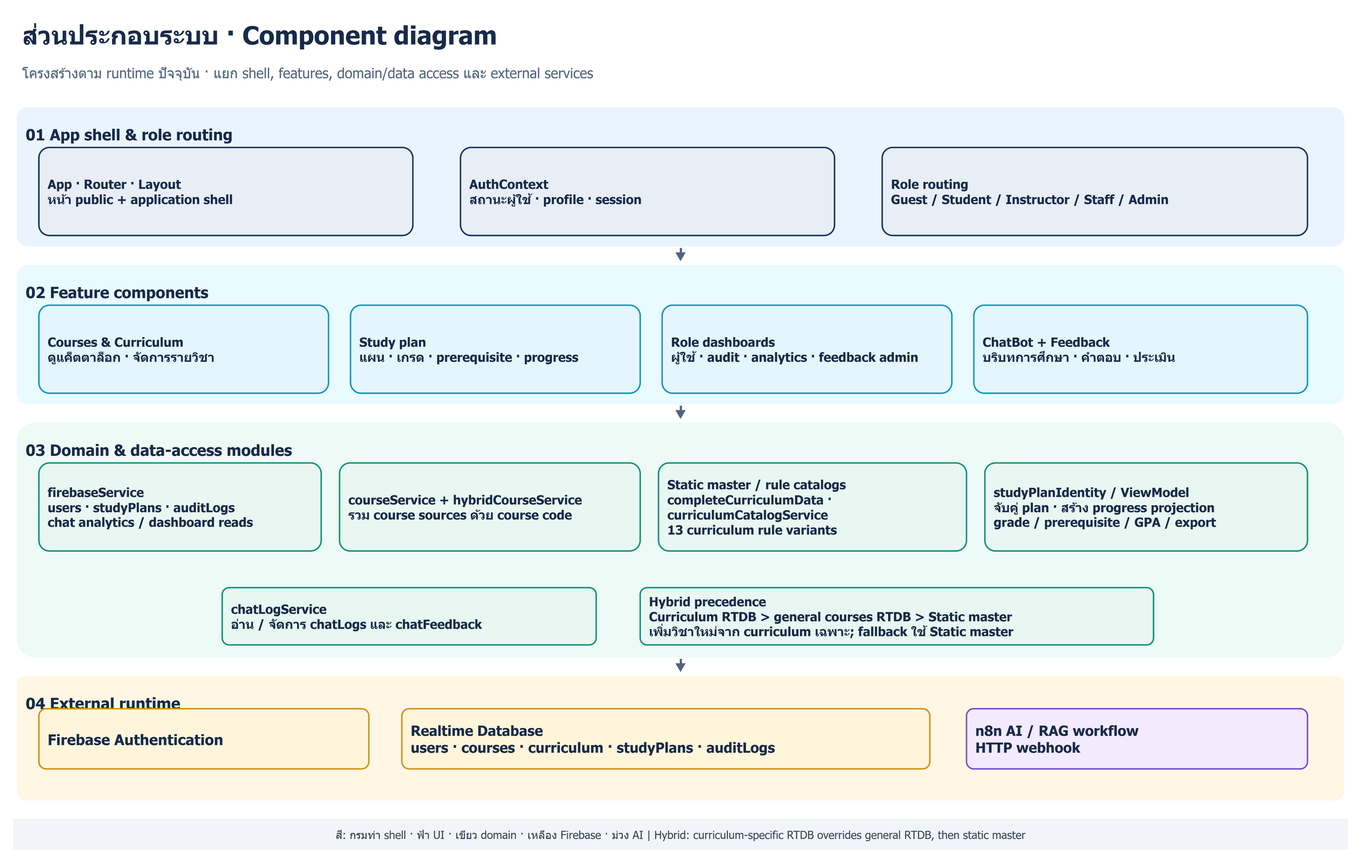
Earlier version of the draw.io export diagrams/diagrams2/component-diagram.drawio.png (kainapatkmutnb/it-course-chatbot-main). Source tidied: cells renumbered, new cells last; positions are measured from the earlier drawing's top-left corner, leaving out a move shared by most shapes.
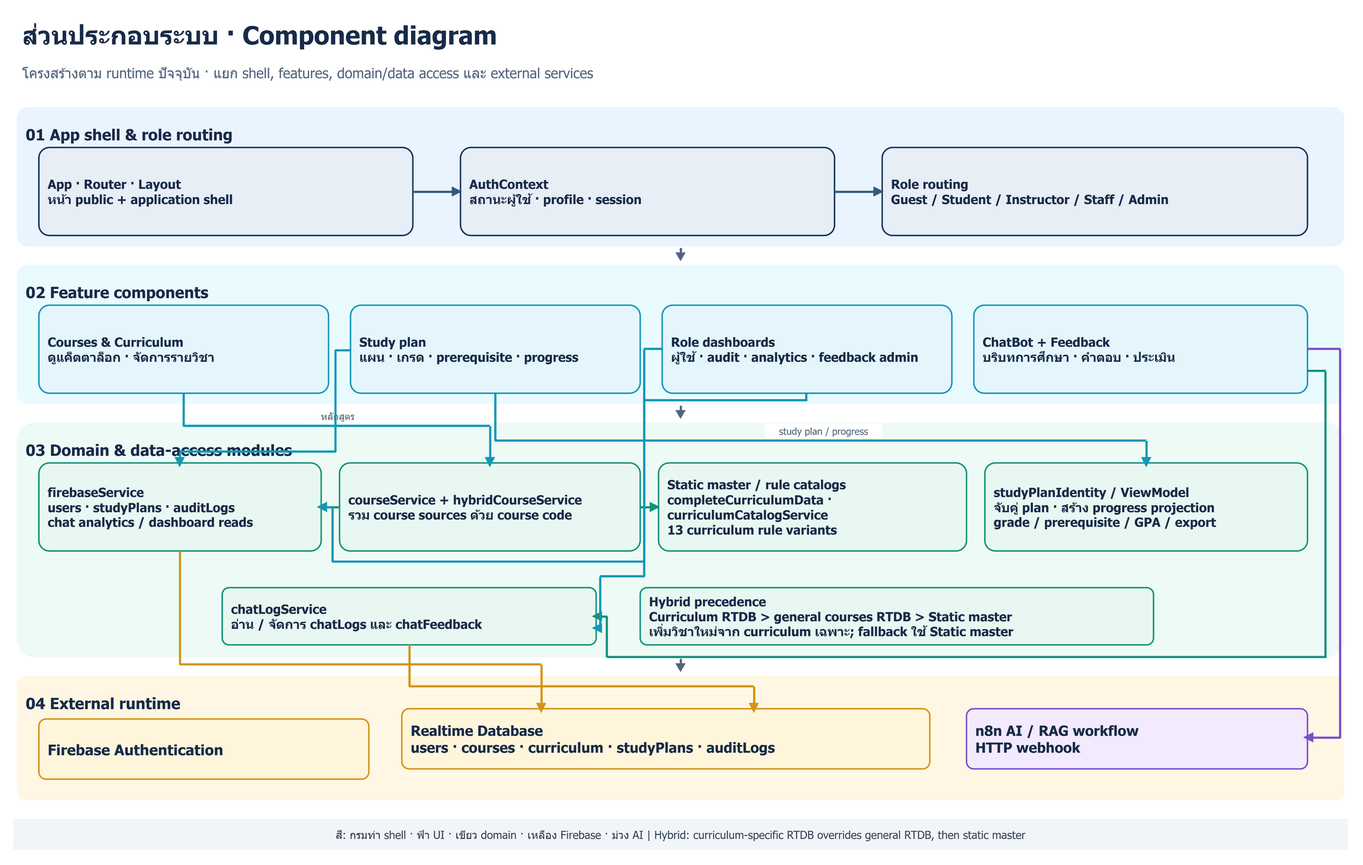
After the commit.

The edit, as a diff of the source:
```diff
@@ -60,7 +60,7 @@
       <mxGeometry x="855" y="783" width="700" height="78" as="geometry" />
     </mxCell>
     <mxCell id="21" value="Firebase Authentication" style="rounded=1;arcSize=12;fillColor=#FFF5DB;strokeColor=#D39418;strokeWidth=2;fontSize=20;fontColor=#182B49;align=left;verticalAlign=middle;fontStyle=1;whiteSpace=wrap;html=1;fontFamily=Tahoma,Arial,sans-serif;spacing=12;" parent="1" vertex="1">
-      <mxGeometry x="35" y="948" width="450" height="82" as="geometry" />
+      <mxGeometry x="35" y="962" width="450" height="82" as="geometry" />
     </mxCell>
     <mxCell id="22" value="Realtime Database&#10;users · courses · curriculum · studyPlans · auditLogs" style="rounded=1;arcSize=12;fillColor=#FFF5DB;strokeColor=#D39418;strokeWidth=2;fontSize=19;fontColor=#182B49;align=left;verticalAlign=middle;fontStyle=1;whiteSpace=wrap;html=1;fontFamily=Tahoma,Arial,sans-serif;spacing=12;" parent="1" vertex="1">
       <mxGeometry x="530" y="948" width="720" height="82" as="geometry" />
@@ -89,5 +89,170 @@
     <mxCell id="30" value="สี: กรมท่า shell · ฟ้า UI · เขียว domain · เหลือง Firebase · ม่วง AI  |  Hybrid: curriculum-specific RTDB overrides general RTDB, then static master" style="rounded=1;arcSize=6;fillColor=#F1F5F9;strokeColor=none;fontSize=15;fontColor=#334155;align=center;verticalAlign=middle;whiteSpace=wrap;html=1;fontFamily=Tahoma,Arial,sans-serif;spacing=12;" parent="1" vertex="1">
       <mxGeometry y="1098" width="1820" height="42" as="geometry" />
     </mxCell>
+    <mxCell id="31" style="rounded=0;fillColor=#365A7C;strokeColor=none;" parent="1" vertex="1">
+      <mxGeometry x="545" y="242" width="65" height="3" as="geometry" />
+    </mxCell>
+    <mxCell id="32" style="shape=triangle;direction=east;fillColor=#365A7C;strokeColor=none;" parent="1" vertex="1">
+      <mxGeometry x="598" y="236" width="14" height="14" as="geometry" />
+    </mxCell>
+    <mxCell id="33" style="rounded=0;fillColor=#365A7C;strokeColor=none;" parent="1" vertex="1">
+      <mxGeometry x="1120" y="242" width="65" height="3" as="geometry" />
+    </mxCell>
+    <mxCell id="34" style="shape=triangle;direction=east;fillColor=#365A7C;strokeColor=none;" parent="1" vertex="1">
+      <mxGeometry x="1173" y="236" width="14" height="14" as="geometry" />
+    </mxCell>
+    <mxCell id="35" style="rounded=0;fillColor=#1597B8;strokeColor=none;" parent="1" vertex="1">
+      <mxGeometry x="231" y="518" width="3" height="45" as="geometry" />
+    </mxCell>
+    <mxCell id="36" style="rounded=0;fillColor=#1597B8;strokeColor=none;" parent="1" vertex="1">
+      <mxGeometry x="232" y="561" width="418" height="3" as="geometry" />
+    </mxCell>
+    <mxCell id="37" style="rounded=0;fillColor=#1597B8;strokeColor=none;" parent="1" vertex="1">
+      <mxGeometry x="649" y="563" width="3" height="50" as="geometry" />
+    </mxCell>
+    <mxCell id="38" style="shape=triangle;direction=south;fillColor=#1597B8;strokeColor=none;" parent="1" vertex="1">
+      <mxGeometry x="643" y="605" width="14" height="14" as="geometry" />
+    </mxCell>
+    <mxCell id="39" value="หลักสูตร" style="text;fillColor=#FFFFFF;strokeColor=none;fontSize=13;fontColor=#52657D;align=center;verticalAlign=middle;whiteSpace=wrap;html=1;fontFamily=Tahoma,Arial,sans-serif;" parent="1" vertex="1">
+      <mxGeometry x="395" y="539" width="95" height="20" as="geometry" />
+    </mxCell>
+    <mxCell id="40" style="rounded=0;fillColor=#1597B8;strokeColor=none;" parent="1" vertex="1">
+      <mxGeometry x="656" y="518" width="3" height="65" as="geometry" />
+    </mxCell>
+    <mxCell id="41" style="rounded=0;fillColor=#1597B8;strokeColor=none;" parent="1" vertex="1">
+      <mxGeometry x="657" y="581" width="888" height="3" as="geometry" />
+    </mxCell>
+    <mxCell id="42" style="rounded=0;fillColor=#1597B8;strokeColor=none;" parent="1" vertex="1">
+      <mxGeometry x="1544" y="583" width="3" height="30" as="geometry" />
+    </mxCell>
+    <mxCell id="43" style="shape=triangle;direction=south;fillColor=#1597B8;strokeColor=none;" parent="1" vertex="1">
+      <mxGeometry x="1538" y="605" width="14" height="14" as="geometry" />
+    </mxCell>
+    <mxCell id="44" value="study plan / progress" style="text;fillColor=#FFFFFF;strokeColor=none;fontSize=13;fontColor=#52657D;align=center;verticalAlign=middle;whiteSpace=wrap;html=1;fontFamily=Tahoma,Arial,sans-serif;" parent="1" vertex="1">
+      <mxGeometry x="1025" y="559" width="160" height="20" as="geometry" />
+    </mxCell>
+    <mxCell id="45" style="rounded=0;fillColor=#15927B;strokeColor=none;" parent="1" vertex="1">
+      <mxGeometry x="420" y="672" width="25" height="3" as="geometry" />
+    </mxCell>
+    <mxCell id="46" style="shape=triangle;direction=west;fillColor=#15927B;strokeColor=none;" parent="1" vertex="1">
+      <mxGeometry x="414" y="666" width="14" height="14" as="geometry" />
+    </mxCell>
+    <mxCell id="47" style="rounded=0;fillColor=#15927B;strokeColor=none;" parent="1" vertex="1">
+      <mxGeometry x="855" y="672" width="25" height="3" as="geometry" />
+    </mxCell>
+    <mxCell id="48" style="shape=triangle;direction=east;fillColor=#15927B;strokeColor=none;" parent="1" vertex="1">
+      <mxGeometry x="868" y="666" width="14" height="14" as="geometry" />
+    </mxCell>
+    <mxCell id="49" style="rounded=0;fillColor=#D39418;strokeColor=none;" parent="1" vertex="1">
+      <mxGeometry x="226" y="733" width="3" height="155" as="geometry" />
+    </mxCell>
+    <mxCell id="50" style="rounded=0;fillColor=#D39418;strokeColor=none;" parent="1" vertex="1">
+      <mxGeometry x="227" y="886" width="493" height="3" as="geometry" />
+    </mxCell>
+    <mxCell id="51" style="rounded=0;fillColor=#D39418;strokeColor=none;" parent="1" vertex="1">
+      <mxGeometry x="719" y="888" width="3" height="60" as="geometry" />
+    </mxCell>
+    <mxCell id="52" style="shape=triangle;direction=south;fillColor=#D39418;strokeColor=none;" parent="1" vertex="1">
+      <mxGeometry x="713" y="940" width="14" height="14" as="geometry" />
+    </mxCell>
+    <mxCell id="53" style="rounded=0;fillColor=#D39418;strokeColor=none;" parent="1" vertex="1">
+      <mxGeometry x="539" y="861" width="3" height="57" as="geometry" />
+    </mxCell>
+    <mxCell id="54" style="rounded=0;fillColor=#D39418;strokeColor=none;" parent="1" vertex="1">
+      <mxGeometry x="540" y="916" width="470" height="3" as="geometry" />
+    </mxCell>
+    <mxCell id="55" style="rounded=0;fillColor=#D39418;strokeColor=none;" parent="1" vertex="1">
+      <mxGeometry x="1009" y="918" width="3" height="30" as="geometry" />
+    </mxCell>
+    <mxCell id="56" style="shape=triangle;direction=south;fillColor=#D39418;strokeColor=none;" parent="1" vertex="1">
+      <mxGeometry x="1003" y="940" width="14" height="14" as="geometry" />
+    </mxCell>
+    <mxCell id="57" style="rounded=0;fillColor=#7C4DCC;strokeColor=none;" parent="1" vertex="1">
+      <mxGeometry x="1765" y="456" width="45" height="3" as="geometry" />
+    </mxCell>
+    <mxCell id="58" style="rounded=0;fillColor=#7C4DCC;strokeColor=none;" parent="1" vertex="1">
+      <mxGeometry x="1808" y="458" width="3" height="530" as="geometry" />
+    </mxCell>
+    <mxCell id="59" style="rounded=0;fillColor=#7C4DCC;strokeColor=none;" parent="1" vertex="1">
+      <mxGeometry x="1765" y="986" width="45" height="3" as="geometry" />
+    </mxCell>
+    <mxCell id="60" style="shape=triangle;direction=west;fillColor=#7C4DCC;strokeColor=none;" parent="1" vertex="1">
+      <mxGeometry x="1759" y="980" width="14" height="14" as="geometry" />
+    </mxCell>
+    <mxCell id="61" style="rounded=0;fillColor=#15927B;strokeColor=none;" parent="1" vertex="1">
+      <mxGeometry x="1765" y="486" width="25" height="3" as="geometry" />
+    </mxCell>
+    <mxCell id="62" style="rounded=0;fillColor=#15927B;strokeColor=none;" parent="1" vertex="1">
+      <mxGeometry x="1788" y="488" width="3" height="390" as="geometry" />
+    </mxCell>
+    <mxCell id="63" style="rounded=0;fillColor=#15927B;strokeColor=none;" parent="1" vertex="1">
+      <mxGeometry x="810" y="876" width="981" height="3" as="geometry" />
+    </mxCell>
+    <mxCell id="64" style="rounded=0;fillColor=#15927B;strokeColor=none;" parent="1" vertex="1">
+      <mxGeometry x="808" y="822" width="3" height="56" as="geometry" />
+    </mxCell>
+    <mxCell id="65" style="rounded=0;fillColor=#15927B;strokeColor=none;" parent="1" vertex="1">
+      <mxGeometry x="795" y="821" width="15" height="3" as="geometry" />
+    </mxCell>
+    <mxCell id="66" style="shape=triangle;direction=west;fillColor=#15927B;strokeColor=none;" parent="1" vertex="1">
+      <mxGeometry x="789" y="815" width="14" height="14" as="geometry" />
+    </mxCell>
+    <mxCell id="67" style="rounded=0;fillColor=#1597B8;strokeColor=none;" parent="1" vertex="1">
+      <mxGeometry x="439" y="458" width="21" height="3" as="geometry" />
+    </mxCell>
+    <mxCell id="68" style="rounded=0;fillColor=#1597B8;strokeColor=none;" parent="1" vertex="1">
+      <mxGeometry x="438" y="459" width="3" height="139" as="geometry" />
+    </mxCell>
+    <mxCell id="69" style="rounded=0;fillColor=#1597B8;strokeColor=none;" parent="1" vertex="1">
+      <mxGeometry x="227" y="596" width="213" height="3" as="geometry" />
+    </mxCell>
+    <mxCell id="70" style="rounded=0;fillColor=#1597B8;strokeColor=none;" parent="1" vertex="1">
+      <mxGeometry x="226" y="598" width="3" height="15" as="geometry" />
+    </mxCell>
+    <mxCell id="71" style="shape=triangle;direction=south;fillColor=#1597B8;strokeColor=none;" parent="1" vertex="1">
+      <mxGeometry x="220" y="605" width="14" height="14" as="geometry" />
+    </mxCell>
+    <mxCell id="72" style="rounded=0;fillColor=#1597B8;strokeColor=none;" parent="1" vertex="1">
+      <mxGeometry x="1080" y="518" width="3" height="10" as="geometry" />
+    </mxCell>
+    <mxCell id="73" style="rounded=0;fillColor=#1597B8;strokeColor=none;" parent="1" vertex="1">
+      <mxGeometry x="860" y="526" width="223" height="3" as="geometry" />
+    </mxCell>
+    <mxCell id="74" style="rounded=0;fillColor=#1597B8;strokeColor=none;" parent="1" vertex="1">
+      <mxGeometry x="859" y="528" width="3" height="220" as="geometry" />
+    </mxCell>
+    <mxCell id="75" style="rounded=0;fillColor=#1597B8;strokeColor=none;" parent="1" vertex="1">
+      <mxGeometry x="435" y="746" width="426" height="3" as="geometry" />
+    </mxCell>
+    <mxCell id="76" style="rounded=0;fillColor=#1597B8;strokeColor=none;" parent="1" vertex="1">
+      <mxGeometry x="434" y="673" width="3" height="75" as="geometry" />
+    </mxCell>
+    <mxCell id="77" style="rounded=0;fillColor=#1597B8;strokeColor=none;" parent="1" vertex="1">
+      <mxGeometry x="420" y="672" width="15" height="3" as="geometry" />
+    </mxCell>
+    <mxCell id="78" style="shape=triangle;direction=west;fillColor=#1597B8;strokeColor=none;" parent="1" vertex="1">
+      <mxGeometry x="414" y="666" width="14" height="14" as="geometry" />
+    </mxCell>
+    <mxCell id="79" style="rounded=0;fillColor=#1597B8;strokeColor=none;" parent="1" vertex="1">
+      <mxGeometry x="883" y="456" width="3" height="3" as="geometry" />
+    </mxCell>
+    <mxCell id="80" style="rounded=0;fillColor=#1597B8;strokeColor=none;" parent="1" vertex="1">
+      <mxGeometry x="860" y="456" width="25" height="3" as="geometry" />
+    </mxCell>
+    <mxCell id="81" style="rounded=0;fillColor=#1597B8;strokeColor=none;" parent="1" vertex="1">
+      <mxGeometry x="859" y="458" width="3" height="310" as="geometry" />
+    </mxCell>
+    <mxCell id="82" style="rounded=0;fillColor=#1597B8;strokeColor=none;" parent="1" vertex="1">
+      <mxGeometry x="800" y="766" width="61" height="3" as="geometry" />
+    </mxCell>
+    <mxCell id="83" style="rounded=0;fillColor=#1597B8;strokeColor=none;" parent="1" vertex="1">
+      <mxGeometry x="799" y="768" width="3" height="70" as="geometry" />
+    </mxCell>
+    <mxCell id="84" style="rounded=0;fillColor=#1597B8;strokeColor=none;" parent="1" vertex="1">
+      <mxGeometry x="795" y="837" width="6" height="3" as="geometry" />
+    </mxCell>
+    <mxCell id="85" style="shape=triangle;direction=west;fillColor=#1597B8;strokeColor=none;" parent="1" vertex="1">
+      <mxGeometry x="789" y="831" width="14" height="14" as="geometry" />
+    </mxCell>
   </root>
 </mxGraphModel>
```
